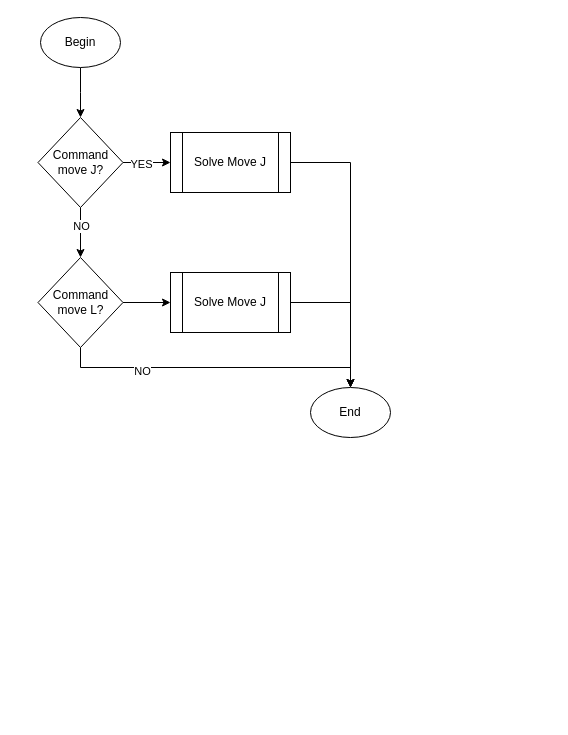
The draw.io diagram Src/extra/Parse.drawio in foxybbb/diploma-bachelor, before the edit. Source tidied: cells renumbered, new cells numbered last; positions are measured from the earlier drawing's top-left corner, leaving out a move shared by most shapes. Both pictures are drawn from the tidied source at 100%, with x=0, y=0 at pixel (38, 17).
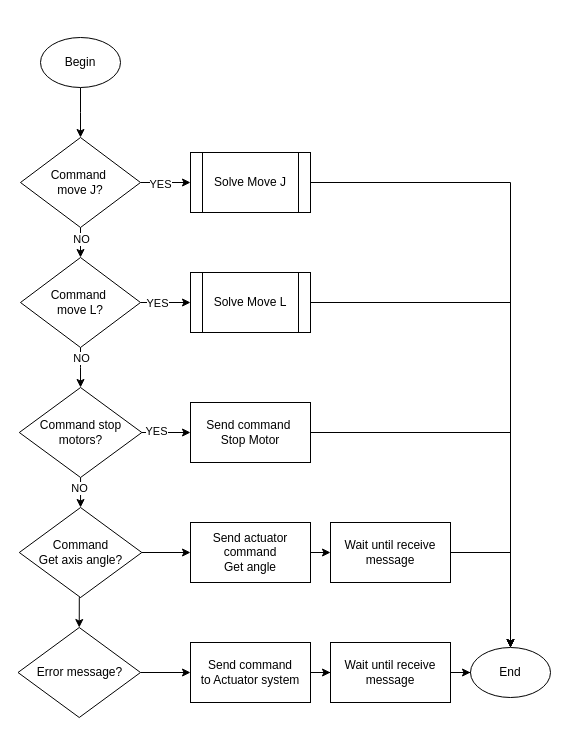
Above is the later version.

The change refers to these unchanged cells:
```xml
<mxCell id="11" style="edgeStyle=orthogonalEdgeStyle;rounded=0;jettySize=auto;html=1;exitX=1;exitY=0.5;exitDx=0;exitDy=0;entryX=0;entryY=0.5;entryDx=0;entryDy=0;" parent="1" edge="1" source="14" target="17">
  <mxGeometry relative="1" as="geometry" />
</mxCell>
```

The edit, as a diff of the source:
```diff
@@
     <mxCell id="2" style="edgeStyle=orthogonalEdgeStyle;rounded=0;jettySize=auto;html=1;exitX=0.5;exitY=1;exitDx=0;exitDy=0;entryX=0.5;entryY=0;entryDx=0;entryDy=0;" parent="1" edge="1" source="3">
       <mxGeometry relative="1" as="geometry">
-        <mxPoint x="42" y="100" as="targetPoint" />
+        <mxPoint x="42" y="120" as="targetPoint" />
       </mxGeometry>
     </mxCell>
     <mxCell id="3" value="Begin" style="ellipse;whiteSpace=wrap;html=1;" parent="1" vertex="1">
-      <mxGeometry x="2" width="80" height="50" as="geometry" />
+      <mxGeometry x="2" y="20" width="80" height="50" as="geometry" />
     </mxCell>
     <mxCell id="4" value="End" style="ellipse;whiteSpace=wrap;html=1;" parent="1" vertex="1">
-      <mxGeometry x="272" y="370" width="80" height="50" as="geometry" />
+      <mxGeometry x="432" y="630" width="80" height="50" as="geometry" />
     </mxCell>
@@
-    <mxCell id="10" value="Command move J?" style="rhombus;whiteSpace=wrap;html=1;" parent="1" vertex="1">
-      <mxGeometry x="-0.5" y="100" width="85" height="90" as="geometry" />
+    <mxCell id="10" value="&lt;div&gt;Command&amp;nbsp;&lt;/div&gt;&lt;div&gt;move J?&lt;/div&gt;" style="rhombus;whiteSpace=wrap;html=1;" parent="1" vertex="1">
+      <mxGeometry x="-18" y="120" width="120" height="90" as="geometry" />
     </mxCell>
@@
+    <mxCell id="18" value="YES" style="edgeLabel;html=1;align=center;verticalAlign=middle;" parent="11" vertex="1">
+      <mxGeometry x="-0.34" y="-3" relative="1" as="geometry">
+        <mxPoint y="-3" as="offset" />
+      </mxGeometry>
+    </mxCell>
-    <mxCell id="12" style="edgeStyle=orthogonalEdgeStyle;rounded=0;jettySize=auto;html=1;exitX=0.5;exitY=1;exitDx=0;exitDy=0;entryX=0.5;entryY=0;entryDx=0;entryDy=0;" parent="1" edge="1" source="14" target="4">
+    <mxCell id="12" style="edgeStyle=orthogonalEdgeStyle;rounded=0;jettySize=auto;html=1;exitX=0.5;exitY=1;exitDx=0;exitDy=0;entryX=0.5;entryY=0;entryDx=0;entryDy=0;" parent="1" edge="1" source="14" target="23">
       <mxGeometry relative="1" as="geometry" />
     </mxCell>
     <mxCell id="13" value="NO" style="edgeLabel;html=1;align=center;verticalAlign=middle;" parent="12" vertex="1">
-      <mxGeometry x="-0.48" y="-3" relative="1" as="geometry" />
+      <mxGeometry x="-0.48" y="-3" relative="1" as="geometry">
+        <mxPoint x="3" as="offset" />
+      </mxGeometry>
     </mxCell>
-    <mxCell id="14" value="Command move L?" style="rhombus;whiteSpace=wrap;html=1;" parent="1" vertex="1">
-      <mxGeometry x="-0.5" y="240" width="85" height="90" as="geometry" />
+    <mxCell id="14" value="&lt;div&gt;Command&amp;nbsp;&lt;/div&gt;&lt;div&gt;move L?&lt;/div&gt;" style="rhombus;whiteSpace=wrap;html=1;" parent="1" vertex="1">
+      <mxGeometry x="-18" y="240" width="120" height="90" as="geometry" />
     </mxCell>
     <mxCell id="15" value="Solve Move J" style="shape=process;whiteSpace=wrap;html=1;backgroundOutline=1;" parent="1" vertex="1">
-      <mxGeometry x="132" y="115" width="120" height="60" as="geometry" />
+      <mxGeometry x="152" y="135" width="120" height="60" as="geometry" />
     </mxCell>
@@
-    <mxCell id="17" value="Solve Move J" style="shape=process;whiteSpace=wrap;html=1;backgroundOutline=1;" parent="1" vertex="1">
-      <mxGeometry x="132" y="255" width="120" height="60" as="geometry" />
+    <mxCell id="17" value="Solve Move L" style="shape=process;whiteSpace=wrap;html=1;backgroundOutline=1;" parent="1" vertex="1">
+      <mxGeometry x="152" y="255" width="120" height="60" as="geometry" />
     </mxCell>
+    <mxCell id="19" style="edgeStyle=orthogonalEdgeStyle;rounded=0;jettySize=auto;html=1;exitX=1;exitY=0.5;exitDx=0;exitDy=0;" parent="1" edge="1" source="23" target="25">
+      <mxGeometry relative="1" as="geometry" />
+    </mxCell>
+    <mxCell id="20" value="YES" style="edgeLabel;html=1;align=center;verticalAlign=middle;" parent="19" vertex="1">
+      <mxGeometry x="-0.42" y="2" relative="1" as="geometry" />
+    </mxCell>
+    <mxCell id="21" style="edgeStyle=orthogonalEdgeStyle;rounded=0;jettySize=auto;html=1;exitX=0.5;exitY=1;exitDx=0;exitDy=0;entryX=0.5;entryY=0;entryDx=0;entryDy=0;" parent="1" edge="1" source="23" target="28">
+      <mxGeometry relative="1" as="geometry" />
+    </mxCell>
+    <mxCell id="22" value="NO" style="edgeLabel;html=1;align=center;verticalAlign=middle;" parent="21" vertex="1">
+      <mxGeometry x="-0.32" y="-2" relative="1" as="geometry" />
+    </mxCell>
+    <mxCell id="23" value="Command stop motors?" style="rhombus;whiteSpace=wrap;html=1;" parent="1" vertex="1">
+      <mxGeometry x="-19.2" y="370" width="122.5" height="90" as="geometry" />
+    </mxCell>
+    <mxCell id="24" style="edgeStyle=orthogonalEdgeStyle;rounded=0;jettySize=auto;html=1;exitX=1;exitY=0.5;exitDx=0;exitDy=0;entryX=0.5;entryY=0;entryDx=0;entryDy=0;" parent="1" edge="1" source="25" target="4">
+      <mxGeometry relative="1" as="geometry" />
+    </mxCell>
+    <mxCell id="25" value="&lt;div&gt;Send command&amp;nbsp;&lt;/div&gt;&lt;div&gt;Stop Motor&lt;/div&gt;" style="rounded=0;whiteSpace=wrap;html=1;" parent="1" vertex="1">
+      <mxGeometry x="152" y="385" width="120" height="60" as="geometry" />
+    </mxCell>
+    <mxCell id="26" style="edgeStyle=orthogonalEdgeStyle;rounded=0;jettySize=auto;html=1;exitX=1;exitY=0.5;exitDx=0;exitDy=0;entryX=0;entryY=0.5;entryDx=0;entryDy=0;" parent="1" edge="1" source="28" target="30">
+      <mxGeometry relative="1" as="geometry" />
+    </mxCell>
+    <mxCell id="27" style="edgeStyle=orthogonalEdgeStyle;rounded=0;jettySize=auto;html=1;exitX=0.5;exitY=1;exitDx=0;exitDy=0;entryX=0.5;entryY=0;entryDx=0;entryDy=0;" parent="1" edge="1" source="28" target="34">
+      <mxGeometry relative="1" as="geometry" />
+    </mxCell>
+    <mxCell id="28" value="&lt;div&gt;Command&lt;/div&gt;&lt;div&gt;Get axis angle? &lt;/div&gt;" style="rhombus;whiteSpace=wrap;html=1;" parent="1" vertex="1">
+      <mxGeometry x="-19.2" y="490" width="122.5" height="90" as="geometry" />
+    </mxCell>
+    <mxCell id="29" style="edgeStyle=orthogonalEdgeStyle;rounded=0;jettySize=auto;html=1;exitX=1;exitY=0.5;exitDx=0;exitDy=0;entryX=0;entryY=0.5;entryDx=0;entryDy=0;" parent="1" edge="1" source="30" target="32">
+      <mxGeometry relative="1" as="geometry" />
+    </mxCell>
+    <mxCell id="30" value="&lt;div&gt;Send actuator command&lt;/div&gt;&lt;div&gt;Get angle&lt;br&gt;&lt;/div&gt;" style="rounded=0;whiteSpace=wrap;html=1;" parent="1" vertex="1">
+      <mxGeometry x="152" y="505" width="120" height="60" as="geometry" />
+    </mxCell>
+    <mxCell id="31" style="edgeStyle=orthogonalEdgeStyle;rounded=0;jettySize=auto;html=1;exitX=1;exitY=0.5;exitDx=0;exitDy=0;" parent="1" edge="1" source="32" target="4">
+      <mxGeometry relative="1" as="geometry" />
+    </mxCell>
+    <mxCell id="32" value="Wait until receive message" style="rounded=0;whiteSpace=wrap;html=1;" parent="1" vertex="1">
+      <mxGeometry x="292" y="505" width="120" height="60" as="geometry" />
+    </mxCell>
+    <mxCell id="33" style="edgeStyle=orthogonalEdgeStyle;rounded=0;jettySize=auto;html=1;exitX=1;exitY=0.5;exitDx=0;exitDy=0;entryX=0;entryY=0.5;entryDx=0;entryDy=0;" parent="1" edge="1" source="34" target="36">
+      <mxGeometry relative="1" as="geometry" />
+    </mxCell>
+    <mxCell id="34" value="Error message?" style="rhombus;whiteSpace=wrap;html=1;" parent="1" vertex="1">
+      <mxGeometry x="-20.5" y="610" width="122.5" height="90" as="geometry" />
+    </mxCell>
+    <mxCell id="35" style="edgeStyle=orthogonalEdgeStyle;rounded=0;jettySize=auto;html=1;exitX=1;exitY=0.5;exitDx=0;exitDy=0;" parent="1" edge="1" source="36" target="38">
+      <mxGeometry relative="1" as="geometry" />
+    </mxCell>
+    <mxCell id="36" value="&lt;div&gt;Send command&lt;/div&gt;&lt;div&gt;to Actuator system&lt;br&gt;&lt;/div&gt;" style="rounded=0;whiteSpace=wrap;html=1;" parent="1" vertex="1">
+      <mxGeometry x="152" y="625" width="120" height="60" as="geometry" />
+    </mxCell>
+    <mxCell id="37" style="edgeStyle=orthogonalEdgeStyle;rounded=0;jettySize=auto;html=1;" parent="1" edge="1" source="38" target="4">
+      <mxGeometry relative="1" as="geometry" />
+    </mxCell>
+    <mxCell id="38" value="Wait until receive message" style="rounded=0;whiteSpace=wrap;html=1;" parent="1" vertex="1">
+      <mxGeometry x="292" y="625" width="120" height="60" as="geometry" />
+    </mxCell>
```
